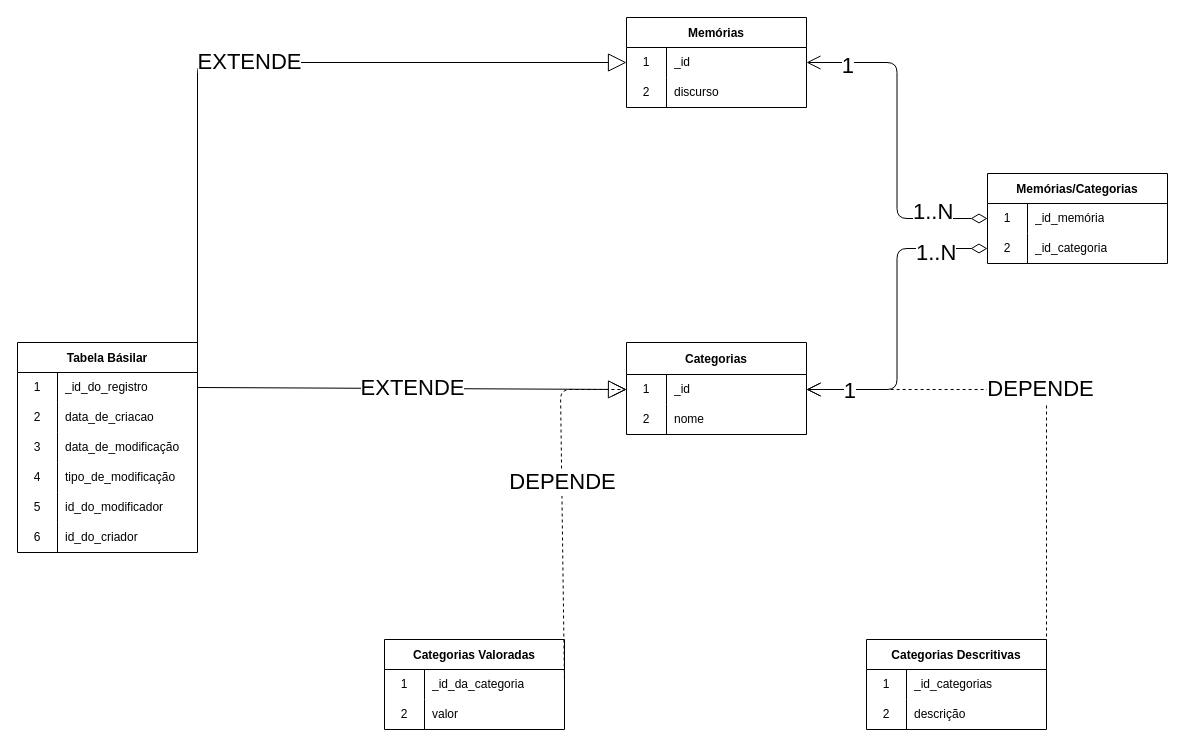
The draw.io diagram docs/diagrama_de_dados_aurora.drawio in marvinho-tn/aurora, before the edit. Source tidied: cells renumbered, new cells numbered last; positions are measured from the earlier drawing's top-left corner, leaving out a move shared by most shapes. Both pictures are drawn from the tidied source at 100%, with x=0, y=0 at pixel (17, 17).
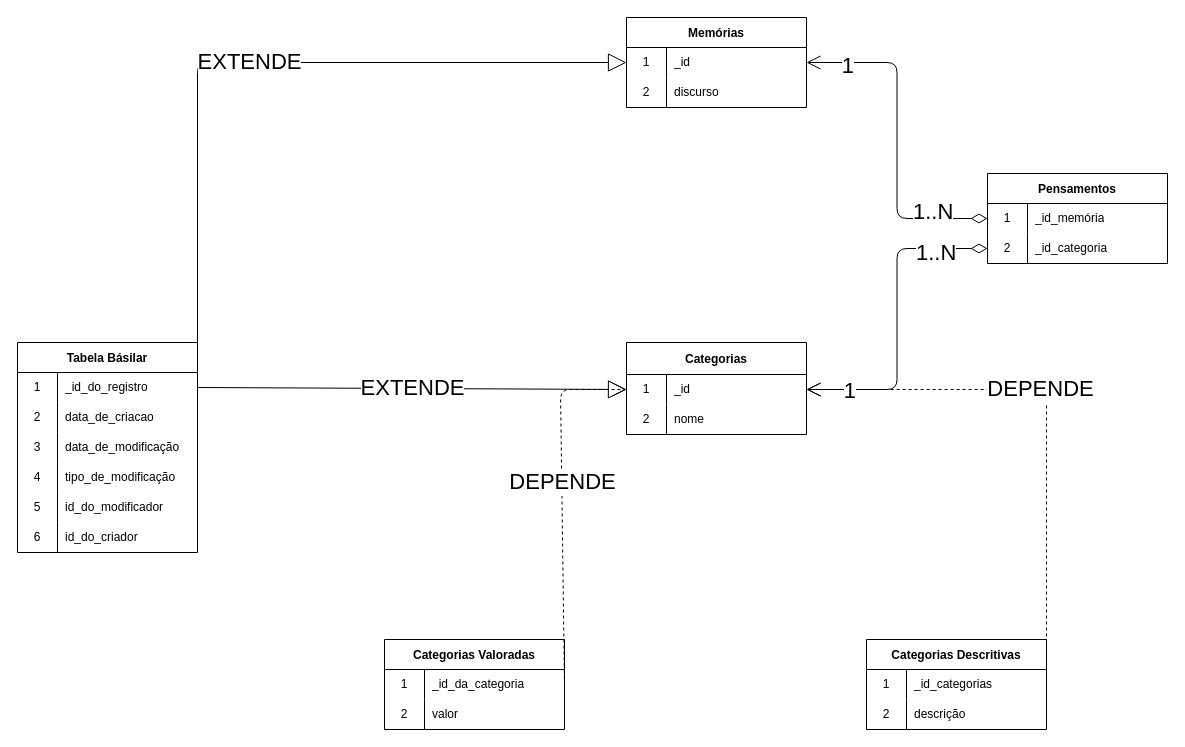
The same page after the edit.

What changed in the source:
```diff
@@
-    <mxCell id="32" value="Memórias/Categorias" style="shape=table;startSize=30;childLayout=tableLayout;rowLines=0;fontStyle=1;" parent="1" vertex="1">
+    <mxCell id="32" value="Pensamentos" style="shape=table;startSize=30;childLayout=tableLayout;rowLines=0;fontStyle=1;" parent="1" vertex="1">
       <mxGeometry x="970" y="156" width="180" height="90" as="geometry" />
     </mxCell>
```
